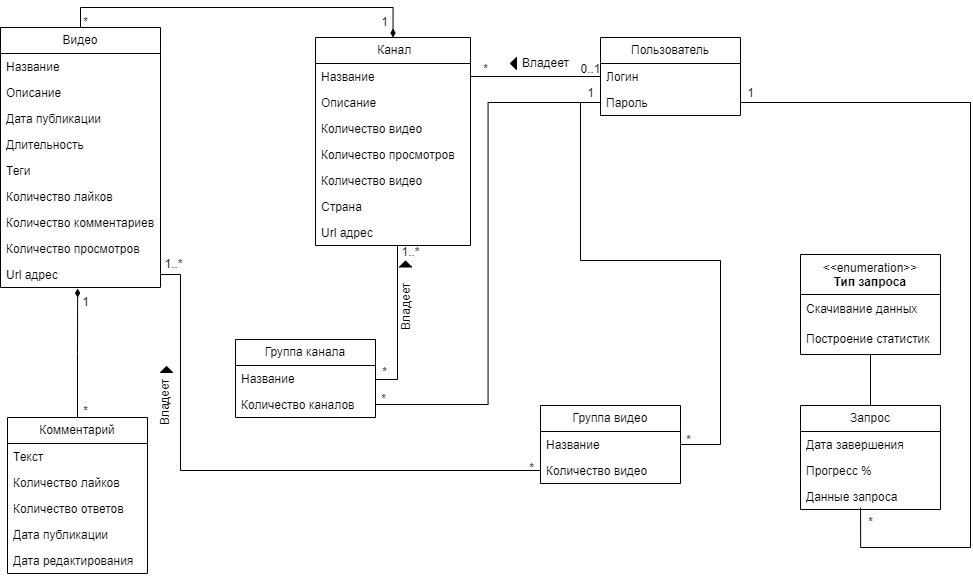
Earlier version of the draw.io export docs/images/DomainModel.png (Hembos/YoutubeAnalytics). Source tidied: cells renumbered, new cells last; positions are measured from the earlier drawing's top-left corner, leaving out a move shared by most shapes.
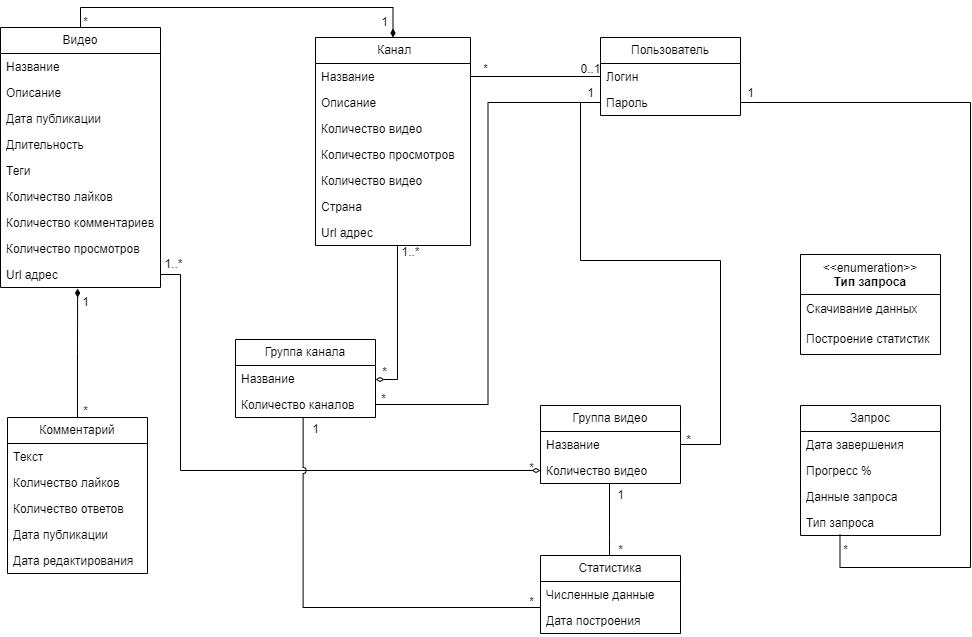
After the commit.

Change to the diagram source:
```diff
@@ -95,9 +95,6 @@
     <mxCell id="32" value="Пароль" style="text;strokeColor=none;fillColor=none;align=left;verticalAlign=top;spacingLeft=4;spacingRight=4;overflow=hidden;points=[[0,0.5],[1,0.5]];portConstraint=eastwest;whiteSpace=wrap;html=1;" parent="30" vertex="1">
       <mxGeometry y="52" width="140" height="26" as="geometry" />
     </mxCell>
-    <mxCell id="33" style="edgeStyle=orthogonalEdgeStyle;rounded=0;jettySize=auto;html=1;entryX=0.5;entryY=0;entryDx=0;entryDy=0;endArrow=none;endFill=0;" parent="1" edge="1" source="34" target="43">
-      <mxGeometry relative="1" as="geometry" />
-    </mxCell>
     <mxCell id="34" value="&amp;lt;&amp;lt;enumeration&amp;gt;&amp;gt;&lt;br&gt;&lt;b&gt;Тип запроса&lt;/b&gt;" style="swimlane;fontStyle=0;align=center;verticalAlign=top;horizontal=1;startSize=40;html=1;whiteSpace=wrap;" parent="1" vertex="1">
       <mxGeometry x="800" y="247" width="140" height="100" as="geometry" />
     </mxCell>
@@ -113,24 +110,15 @@
     <mxCell id="38" style="edgeStyle=orthogonalEdgeStyle;rounded=0;jettySize=auto;html=1;exitX=1;exitY=0.5;exitDx=0;exitDy=0;entryX=0;entryY=0.5;entryDx=0;entryDy=0;endArrow=none;endFill=0;" parent="1" edge="1" source="13" target="31">
       <mxGeometry relative="1" as="geometry" />
     </mxCell>
-    <mxCell id="39" style="edgeStyle=orthogonalEdgeStyle;rounded=0;jettySize=auto;html=1;entryX=0.529;entryY=0.978;entryDx=0;entryDy=0;entryPerimeter=0;endArrow=none;endFill=0;" parent="1" edge="1" source="27" target="19">
+    <mxCell id="39" style="edgeStyle=orthogonalEdgeStyle;rounded=0;jettySize=auto;html=1;entryX=0.529;entryY=0.978;entryDx=0;entryDy=0;entryPerimeter=0;endArrow=none;endFill=0;startArrow=diamondThin;startFill=0;" parent="1" edge="1" source="27" target="19">
       <mxGeometry relative="1" as="geometry">
         <Array as="points">
           <mxPoint x="397" y="372" />
         </Array>
       </mxGeometry>
     </mxCell>
-    <mxCell id="40" value="       " style="triangle;fillColor=strokeColor;direction=west;" parent="1" vertex="1">
-      <mxGeometry x="510" y="50" width="6" height="12" as="geometry" />
-    </mxCell>
-    <mxCell id="41" value="Владеет" style="text;html=1;align=center;verticalAlign=middle;strokeColor=none;fillColor=none;" parent="1" vertex="1">
-      <mxGeometry x="510" y="41" width="70" height="30" as="geometry" />
-    </mxCell>
-    <mxCell id="42" style="triangle;fillColor=strokeColor;direction=north;" parent="1" vertex="1">
-      <mxGeometry x="160" y="359" width="12" height="6" as="geometry" />
-    </mxCell>
     <mxCell id="43" value="Запрос" style="swimlane;fontStyle=0;horizontal=1;startSize=26;fillColor=none;whiteSpace=wrap;html=1;" parent="1" vertex="1">
-      <mxGeometry x="800" y="398" width="140" height="104" as="geometry" />
+      <mxGeometry x="800" y="398" width="140" height="130" as="geometry" />
     </mxCell>
     <mxCell id="44" value="Дата завершения" style="text;strokeColor=none;fillColor=none;align=left;verticalAlign=top;spacingLeft=4;spacingRight=4;overflow=hidden;whiteSpace=wrap;html=1;" parent="43" vertex="1">
       <mxGeometry y="26" width="140" height="26" as="geometry" />
@@ -141,24 +129,19 @@
     <mxCell id="46" value="Данные запроса" style="text;strokeColor=none;fillColor=none;align=left;verticalAlign=top;spacingLeft=4;spacingRight=4;overflow=hidden;points=[[0,0.5],[1,0.5]];portConstraint=eastwest;whiteSpace=wrap;html=1;" parent="43" vertex="1">
       <mxGeometry y="78" width="140" height="26" as="geometry" />
     </mxCell>
+    <mxCell id="72" value="Тип запроса" style="text;strokeColor=none;fillColor=none;align=left;verticalAlign=top;spacingLeft=4;spacingRight=4;overflow=hidden;points=[[0,0.5],[1,0.5]];portConstraint=eastwest;whiteSpace=wrap;html=1;" parent="43" vertex="1">
+      <mxGeometry y="104" width="140" height="26" as="geometry" />
+    </mxCell>
-    <mxCell id="47" style="edgeStyle=orthogonalEdgeStyle;rounded=0;jettySize=auto;html=1;entryX=0.429;entryY=0.93;entryDx=0;entryDy=0;entryPerimeter=0;endArrow=none;endFill=0;" parent="1" edge="1" source="32" target="46">
+    <mxCell id="47" style="edgeStyle=orthogonalEdgeStyle;rounded=0;jettySize=auto;html=1;entryX=0.282;entryY=0.962;entryDx=0;entryDy=0;entryPerimeter=0;endArrow=none;endFill=0;" parent="1" edge="1" source="32" target="72">
       <mxGeometry relative="1" as="geometry">
         <Array as="points">
           <mxPoint x="970" y="95" />
-          <mxPoint x="970" y="540" />
-          <mxPoint x="860" y="540" />
+          <mxPoint x="970" y="560" />
+          <mxPoint x="839" y="560" />
+          <mxPoint x="839" y="527" />
         </Array>
       </mxGeometry>
     </mxCell>
-    <mxCell id="48" value="Владеет" style="text;html=1;align=center;verticalAlign=middle;strokeColor=none;fillColor=none;rotation=270;" parent="1" vertex="1">
-      <mxGeometry x="130" y="380" width="70" height="30" as="geometry" />
-    </mxCell>
-    <mxCell id="49" style="triangle;fillColor=strokeColor;direction=north;" parent="1" vertex="1">
-      <mxGeometry x="399" y="253.5" width="12" height="6" as="geometry" />
-    </mxCell>
-    <mxCell id="50" value="Владеет" style="text;html=1;align=center;verticalAlign=middle;strokeColor=none;fillColor=none;rotation=270;" parent="1" vertex="1">
-      <mxGeometry x="370" y="284.5" width="70" height="30" as="geometry" />
-    </mxCell>
     <mxCell id="51" value="1" style="text;html=1;align=center;verticalAlign=middle;strokeColor=none;fillColor=none;" parent="1" vertex="1">
       <mxGeometry x="369" width="30" height="30" as="geometry" />
     </mxCell>
@@ -181,7 +164,7 @@
       <mxGeometry x="570" y="47" width="40" height="30" as="geometry" />
     </mxCell>
     <mxCell id="58" value="*" style="text;html=1;align=center;verticalAlign=middle;strokeColor=none;fillColor=none;" parent="1" vertex="1">
-      <mxGeometry x="855" y="500" width="30" height="30" as="geometry" />
+      <mxGeometry x="830" y="528" width="30" height="30" as="geometry" />
     </mxCell>
     <mxCell id="59" value="1" style="text;html=1;align=center;verticalAlign=middle;strokeColor=none;fillColor=none;" parent="1" vertex="1">
       <mxGeometry x="735" y="71" width="30" height="30" as="geometry" />
@@ -214,7 +197,7 @@
     <mxCell id="66" style="edgeStyle=orthogonalEdgeStyle;rounded=0;jettySize=auto;html=1;entryX=1;entryY=0.5;entryDx=0;entryDy=0;endArrow=none;endFill=0;" parent="1" edge="1" source="32" target="29">
       <mxGeometry relative="1" as="geometry" />
     </mxCell>
-    <mxCell id="67" style="edgeStyle=orthogonalEdgeStyle;rounded=0;jettySize=auto;html=1;entryX=1;entryY=0.5;entryDx=0;entryDy=0;endArrow=none;endFill=0;" parent="1" edge="1" source="64" target="11">
+    <mxCell id="67" style="edgeStyle=orthogonalEdgeStyle;rounded=0;jettySize=auto;html=1;entryX=1;entryY=0.5;entryDx=0;entryDy=0;endArrow=none;endFill=0;startArrow=diamondThin;startFill=0;" parent="1" edge="1" source="64" target="11">
       <mxGeometry relative="1" as="geometry">
         <Array as="points">
           <mxPoint x="180" y="463" />
@@ -234,5 +217,41 @@
     <mxCell id="71" value="*" style="text;html=1;align=center;verticalAlign=middle;strokeColor=none;fillColor=none;" parent="1" vertex="1">
       <mxGeometry x="516" y="446" width="30" height="30" as="geometry" />
     </mxCell>
+    <mxCell id="73" style="edgeStyle=orthogonalEdgeStyle;rounded=0;jettySize=auto;html=1;endArrow=none;endFill=0;" parent="1" edge="1" source="74" target="64">
+      <mxGeometry relative="1" as="geometry">
+        <Array as="points">
+          <mxPoint x="609" y="530" />
+          <mxPoint x="609" y="530" />
+        </Array>
+      </mxGeometry>
+    </mxCell>
+    <mxCell id="74" value="Статистика" style="swimlane;fontStyle=0;horizontal=1;startSize=26;fillColor=none;whiteSpace=wrap;html=1;" parent="1" vertex="1">
+      <mxGeometry x="540" y="548" width="140" height="78" as="geometry" />
+    </mxCell>
+    <mxCell id="75" value="Численные данные" style="text;strokeColor=none;fillColor=none;align=left;verticalAlign=top;spacingLeft=4;spacingRight=4;overflow=hidden;whiteSpace=wrap;html=1;" parent="74" vertex="1">
+      <mxGeometry y="26" width="140" height="26" as="geometry" />
+    </mxCell>
+    <mxCell id="76" value="Дата построения" style="text;strokeColor=none;fillColor=none;align=left;verticalAlign=top;spacingLeft=4;spacingRight=4;overflow=hidden;whiteSpace=wrap;html=1;" parent="74" vertex="1">
+      <mxGeometry y="52" width="140" height="26" as="geometry" />
+    </mxCell>
+    <mxCell id="77" value="*" style="text;html=1;align=center;verticalAlign=middle;strokeColor=none;fillColor=none;" parent="1" vertex="1">
+      <mxGeometry x="605" y="528" width="30" height="30" as="geometry" />
+    </mxCell>
+    <mxCell id="78" style="edgeStyle=orthogonalEdgeStyle;rounded=0;jettySize=auto;html=1;entryX=0.483;entryY=1.014;entryDx=0;entryDy=0;entryPerimeter=0;endArrow=none;endFill=0;jumpStyle=arc;" parent="1" edge="1" source="74" target="29">
+      <mxGeometry relative="1" as="geometry">
+        <Array as="points">
+          <mxPoint x="303" y="600" />
+        </Array>
+      </mxGeometry>
+    </mxCell>
+    <mxCell id="79" value="*" style="text;html=1;align=center;verticalAlign=middle;strokeColor=none;fillColor=none;" parent="1" vertex="1">
+      <mxGeometry x="516" y="580" width="30" height="30" as="geometry" />
+    </mxCell>
+    <mxCell id="80" value="1" style="text;html=1;align=center;verticalAlign=middle;strokeColor=none;fillColor=none;" parent="1" vertex="1">
+      <mxGeometry x="605" y="473" width="30" height="30" as="geometry" />
+    </mxCell>
+    <mxCell id="81" value="1" style="text;html=1;align=center;verticalAlign=middle;strokeColor=none;fillColor=none;" parent="1" vertex="1">
+      <mxGeometry x="300" y="407" width="30" height="30" as="geometry" />
+    </mxCell>
   </root>
 </mxGraphModel>
```
